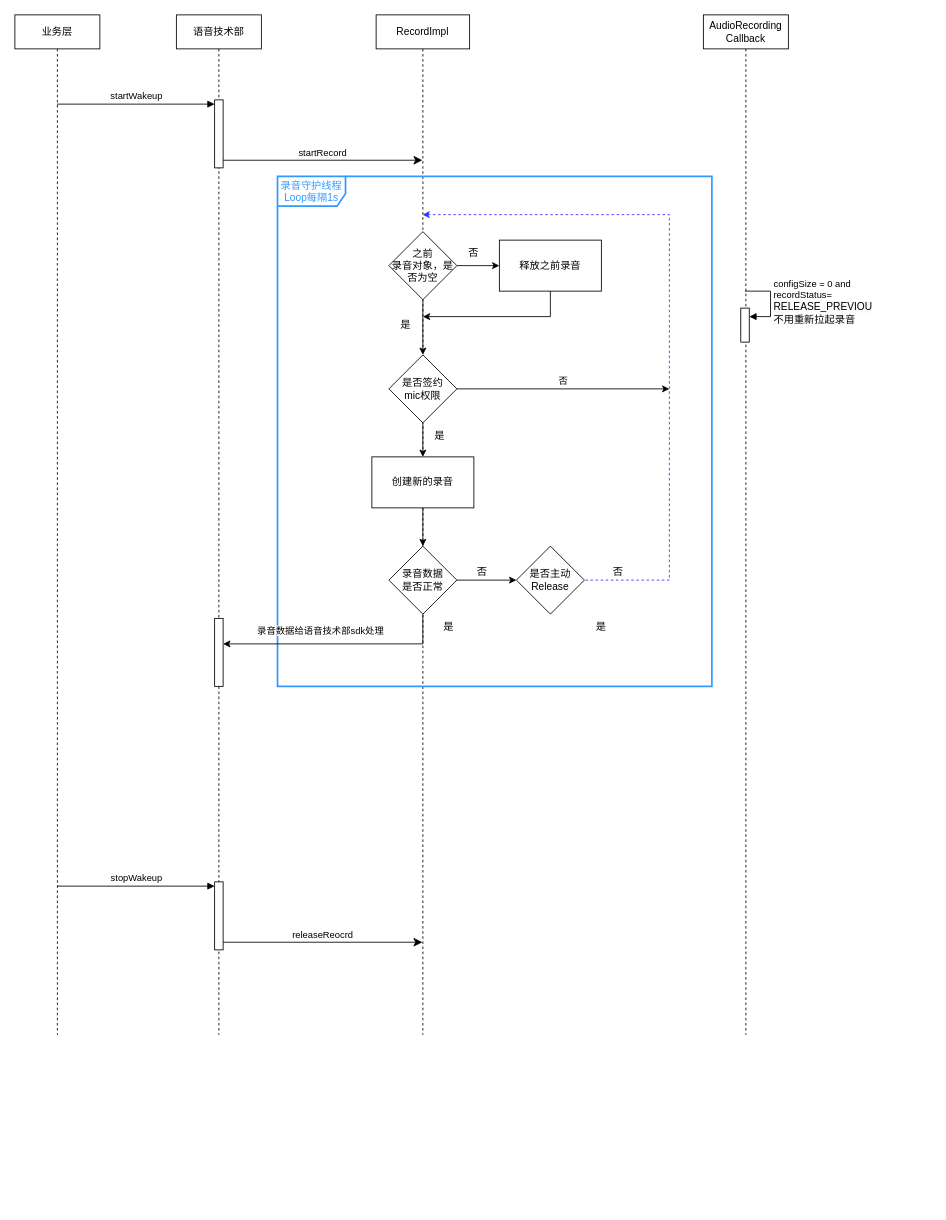
Earlier version of the draw.io diagram page "第 20 页" (20 of 29) of 未命名绘图.drawio (songlongGithub/CustomDemo). Source tidied: cells renumbered, new cells numbered last; positions are measured from the earlier drawing's top-left corner, leaving out a move shared by most shapes. Both pictures are drawn from the tidied source at 85%, with x=0, y=0 at pixel (14, 14).
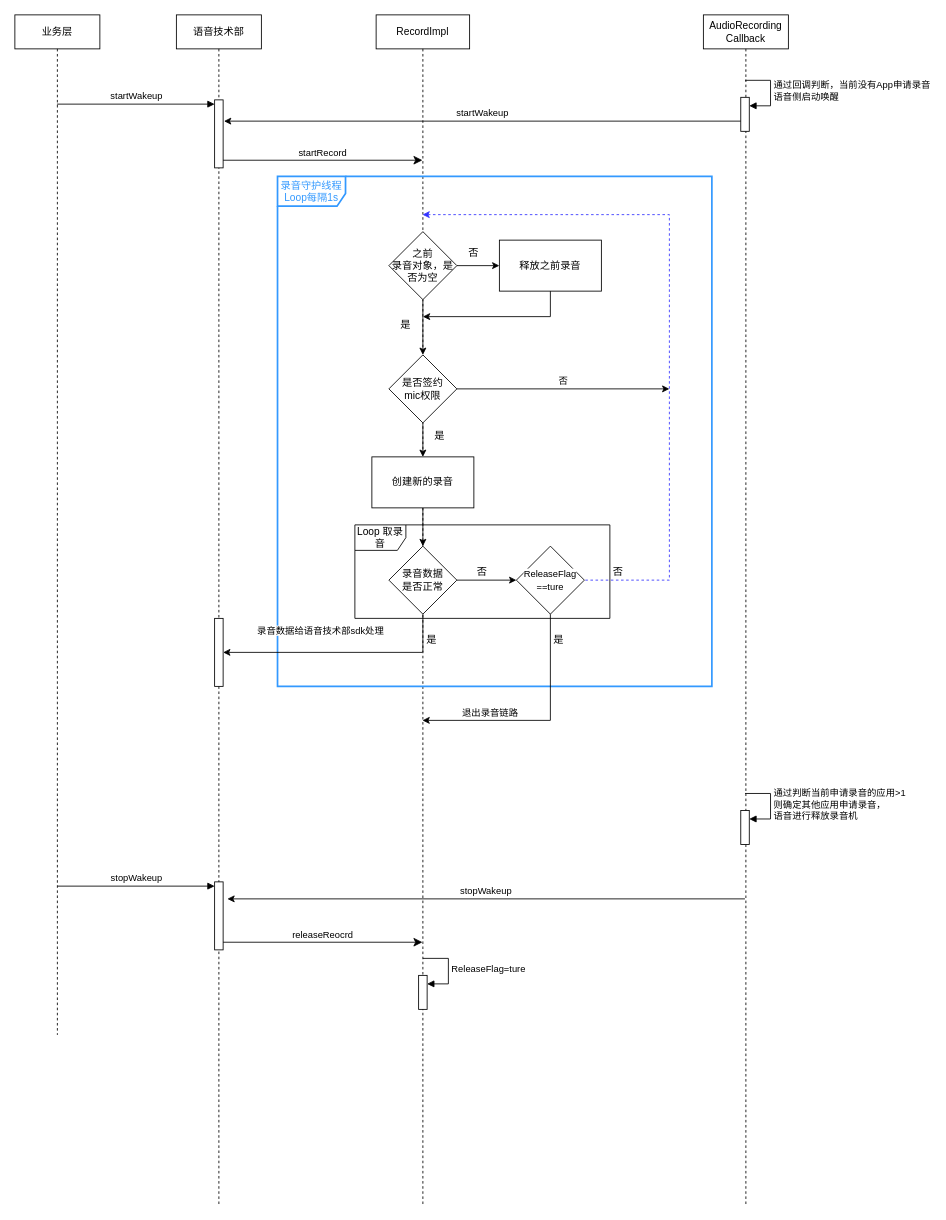
Above is the later version.

Commit message:
更新未命名绘图.drawio

The change refers to these unchanged cells:
```xml
<mxCell id="4" style="html=1;points=[[0,0,0,0,5],[0,1,0,0,-5],[1,0,0,0,5],[1,1,0,0,-5]];perimeter=orthogonalPerimeter;outlineConnect=0;targetShapes=umlLifeline;portConstraint=eastwest;newEdgeStyle={&quot;curved&quot;:0,&quot;rounded&quot;:0};" parent="2" vertex="1">
  <mxGeometry x="45" y="710" width="10" height="80" as="geometry" />
</mxCell>
<mxCell id="22" value="录音数据&lt;div&gt;是否正常&lt;/div&gt;" style="rhombus;whiteSpace=wrap;html=1;" parent="1" vertex="1">
  <mxGeometry x="440" y="625" width="80" height="80" as="geometry" />
</mxCell>
```

The edit, as a diff of the source:
```diff
@@
     <mxCell id="2" value="语音技术部" style="shape=umlLifeline;perimeter=lifelinePerimeter;whiteSpace=wrap;html=1;newEdgeStyle={&quot;curved&quot;:0,&quot;rounded&quot;:0};" parent="1" vertex="1">
-      <mxGeometry x="190" width="100" height="1200" as="geometry" />
+      <mxGeometry x="190" width="100" height="1400" as="geometry" />
     </mxCell>
@@
     <mxCell id="5" value="RecordImpl" style="shape=umlLifeline;perimeter=lifelinePerimeter;whiteSpace=wrap;html=1;outlineConnect=0;portConstraint=eastwest;newEdgeStyle={&quot;curved&quot;:0,&quot;rounded&quot;:0};" parent="1" vertex="1">
-      <mxGeometry x="425" width="110" height="1200" as="geometry" />
+      <mxGeometry x="425" width="110" height="1400" as="geometry" />
     </mxCell>
@@
+    <mxCell id="41" style="html=1;points=[[0,0,0,0,5],[0,1,0,0,-5],[1,0,0,0,5],[1,1,0,0,-5]];perimeter=orthogonalPerimeter;outlineConnect=0;targetShapes=umlLifeline;portConstraint=eastwest;newEdgeStyle={&quot;curved&quot;:0,&quot;rounded&quot;:0};" parent="5" vertex="1">
+      <mxGeometry x="50" y="1130" width="10" height="40" as="geometry" />
+    </mxCell>
+    <mxCell id="42" value="ReleaseFlag=ture" style="html=1;align=left;spacingLeft=2;endArrow=block;rounded=0;edgeStyle=orthogonalEdgeStyle;curved=0;rounded=0;" parent="5" edge="1" target="41">
+      <mxGeometry relative="1" as="geometry">
+        <mxPoint x="55" y="1110" as="sourcePoint" />
+        <Array as="points">
+          <mxPoint x="85" y="1140" />
+        </Array>
+      </mxGeometry>
+    </mxCell>
     <mxCell id="7" value="AudioRecording&lt;br&gt;Callback" style="shape=umlLifeline;perimeter=lifelinePerimeter;whiteSpace=wrap;html=1;newEdgeStyle={&quot;curved&quot;:0,&quot;rounded&quot;:0};" parent="1" vertex="1">
-      <mxGeometry x="810" width="100" height="1200" as="geometry" />
+      <mxGeometry x="810" width="100" height="1400" as="geometry" />
     </mxCell>
-    <mxCell id="8" style="html=1;points=[[0,0,0,0,5],[0,1,0,0,-5],[1,0,0,0,5],[1,1,0,0,-5]];perimeter=orthogonalPerimeter;outlineConnect=0;targetShapes=umlLifeline;portConstraint=eastwest;newEdgeStyle={&quot;curved&quot;:0,&quot;rounded&quot;:0};" parent="7" vertex="1">
-      <mxGeometry x="44" y="345" width="10" height="40" as="geometry" />
-    </mxCell>
-    <mxCell id="9" value="configSize = 0 and&lt;br&gt;recordStatus=&lt;br style=&quot;border-color: var(--border-color); font-size: 12px; text-align: center; background-color: rgb(251, 251, 251);&quot;&gt;&lt;span style=&quot;font-size: 12px; text-align: center; background-color: rgb(251, 251, 251);&quot;&gt;RELEASE_PREVIOU&lt;br&gt;不用重新拉起录音&lt;/span&gt;" style="html=1;align=left;spacingLeft=2;endArrow=block;rounded=0;edgeStyle=orthogonalEdgeStyle;curved=0;rounded=0;" parent="7" edge="1" target="8">
-      <mxGeometry relative="1" as="geometry">
-        <mxPoint x="49" y="325" as="sourcePoint" />
-        <Array as="points">
-          <mxPoint x="79" y="355" />
-        </Array>
-      </mxGeometry>
-    </mxCell>
+    <mxCell id="43" style="html=1;points=[[0,0,0,0,5],[0,1,0,0,-5],[1,0,0,0,5],[1,1,0,0,-5]];perimeter=orthogonalPerimeter;outlineConnect=0;targetShapes=umlLifeline;portConstraint=eastwest;newEdgeStyle={&quot;curved&quot;:0,&quot;rounded&quot;:0};" parent="7" vertex="1">
+      <mxGeometry x="44" y="936" width="10" height="40" as="geometry" />
+    </mxCell>
+    <mxCell id="44" value="&lt;div&gt;通过判断当前申请录音的应用&amp;gt;1&lt;/div&gt;则确定其他应用申请录音，&lt;div&gt;语音进行释放录音机&lt;/div&gt;" style="html=1;align=left;spacingLeft=2;endArrow=block;rounded=0;edgeStyle=orthogonalEdgeStyle;curved=0;rounded=0;" parent="7" edge="1" target="43">
+      <mxGeometry relative="1" as="geometry">
+        <mxPoint x="49" y="916" as="sourcePoint" />
+        <Array as="points">
+          <mxPoint x="79" y="946" />
+        </Array>
+      </mxGeometry>
+    </mxCell>
+    <mxCell id="45" style="html=1;points=[[0,0,0,0,5],[0,1,0,0,-5],[1,0,0,0,5],[1,1,0,0,-5]];perimeter=orthogonalPerimeter;outlineConnect=0;targetShapes=umlLifeline;portConstraint=eastwest;newEdgeStyle={&quot;curved&quot;:0,&quot;rounded&quot;:0};" parent="7" vertex="1">
+      <mxGeometry x="44" y="97" width="10" height="40" as="geometry" />
+    </mxCell>
+    <mxCell id="46" value="通过回调判断，当前没有App申请录音&lt;div&gt;语音侧启动唤醒&lt;/div&gt;" style="html=1;align=left;spacingLeft=2;endArrow=block;rounded=0;edgeStyle=orthogonalEdgeStyle;curved=0;rounded=0;" parent="7" edge="1" target="45">
+      <mxGeometry relative="1" as="geometry">
+        <mxPoint x="49" y="77" as="sourcePoint" />
+        <Array as="points">
+          <mxPoint x="79" y="107" />
+        </Array>
+      </mxGeometry>
+    </mxCell>
@@
     <mxCell id="21" style="edgeStyle=orthogonalEdgeStyle;rounded=0;jettySize=auto;html=1;endArrow=none;endFill=0;" parent="1" edge="1" source="22">
       <mxGeometry relative="1" as="geometry">
-        <mxPoint x="480" y="740" as="targetPoint" />
+        <mxPoint x="480" y="750" as="targetPoint" />
       </mxGeometry>
     </mxCell>
@@
-    <mxCell id="32" style="html=1;verticalAlign=bottom;endArrow=none;curved=0;rounded=0;endFill=0;startArrow=classic;startFill=1;" parent="1" edge="1" source="4">
-      <mxGeometry relative="1" as="geometry">
-        <mxPoint x="480" y="740" as="targetPoint" />
-      </mxGeometry>
+    <mxCell id="32" style="html=1;verticalAlign=bottom;endArrow=none;curved=0;rounded=0;endFill=0;startArrow=classic;startFill=1;" parent="1" edge="1" source="4" target="5">
+      <mxGeometry relative="1" as="geometry" />
     </mxCell>
@@
-    <mxCell id="37" value="是否主动&lt;div&gt;Release&lt;/div&gt;" style="rhombus;whiteSpace=wrap;html=1;" parent="1" vertex="1">
+    <mxCell id="37" value="&lt;span style=&quot;font-size: 11px; text-align: left; text-wrap: nowrap; background-color: rgb(255, 255, 255);&quot;&gt;ReleaseFlag&lt;/span&gt;&lt;div&gt;&lt;span style=&quot;font-size: 11px; text-align: left; text-wrap: nowrap; background-color: rgb(255, 255, 255);&quot;&gt;==ture&lt;/span&gt;&lt;br&gt;&lt;/div&gt;" style="rhombus;whiteSpace=wrap;html=1;" parent="1" vertex="1">
       <mxGeometry x="590" y="625" width="80" height="80" as="geometry" />
     </mxCell>
@@
     <mxCell id="39" value="是" style="text;html=1;strokeColor=none;fillColor=none;align=center;verticalAlign=middle;whiteSpace=wrap;rounded=0;" parent="1" vertex="1">
-      <mxGeometry x="660" y="705" width="60" height="30" as="geometry" />
+      <mxGeometry x="610" y="720" width="60" height="30" as="geometry" />
     </mxCell>
     <mxCell id="40" value="是" style="text;html=1;align=center;verticalAlign=middle;strokeColor=none;fillColor=none;" parent="1" vertex="1">
-      <mxGeometry x="490" y="705" width="40" height="30" as="geometry" />
+      <mxGeometry x="470" y="720" width="40" height="30" as="geometry" />
     </mxCell>
+    <mxCell id="47" style="edgeStyle=orthogonalEdgeStyle;rounded=0;jettySize=auto;html=1;exitX=0.5;exitY=1;exitDx=0;exitDy=0;" parent="1" edge="1" target="5">
+      <mxGeometry relative="1" as="geometry">
+        <mxPoint x="630" y="705" as="sourcePoint" />
+        <Array as="points">
+          <mxPoint x="630" y="830" />
+        </Array>
+      </mxGeometry>
+    </mxCell>
+    <mxCell id="48" value="退出录音链路" style="edgeLabel;html=1;align=center;verticalAlign=middle;" parent="47" vertex="1">
+      <mxGeometry x="0.43" y="1" relative="1" as="geometry">
+        <mxPoint y="-11" as="offset" />
+      </mxGeometry>
+    </mxCell>
+    <mxCell id="49" value="Loop 取录音" style="shape=umlFrame;whiteSpace=wrap;html=1;" parent="1" vertex="1">
+      <mxGeometry x="400" y="600" width="300" height="110" as="geometry" />
+    </mxCell>
+    <mxCell id="50" value="stopWakeup" style="html=1;verticalAlign=bottom;endArrow=none;curved=0;rounded=0;startArrow=classic;startFill=1;endFill=0;" parent="1" edge="1">
+      <mxGeometry relative="1" as="geometry">
+        <mxPoint x="250" y="1040" as="sourcePoint" />
+        <mxPoint x="858.9" y="1040" as="targetPoint" />
+        <Array as="points">
+          <mxPoint x="549.4" y="1040" />
+        </Array>
+      </mxGeometry>
+    </mxCell>
+    <mxCell id="51" value="startWakeup" style="html=1;verticalAlign=bottom;endArrow=none;curved=0;rounded=0;endFill=0;startArrow=classic;startFill=1;" parent="1" edge="1">
+      <mxGeometry relative="1" as="geometry">
+        <mxPoint x="246" y="125" as="sourcePoint" />
+        <mxPoint x="854" y="125" as="targetPoint" />
+      </mxGeometry>
+    </mxCell>
```
